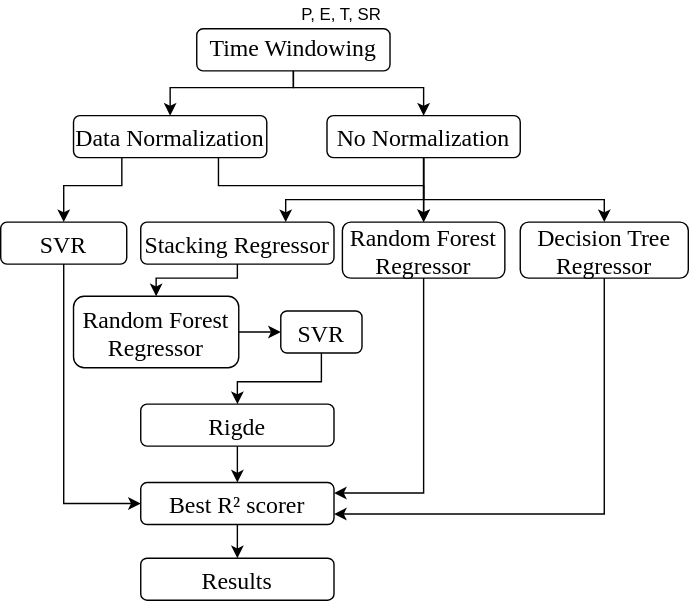
Above: paper/Diagrams/gridsearch.drawio.svg in brunotvs/po233_project (draw.io), before the change. Source tidied: cells renumbered, new cells last; positions are measured from the earlier drawing's top-left corner, leaving out a move shared by most shapes.
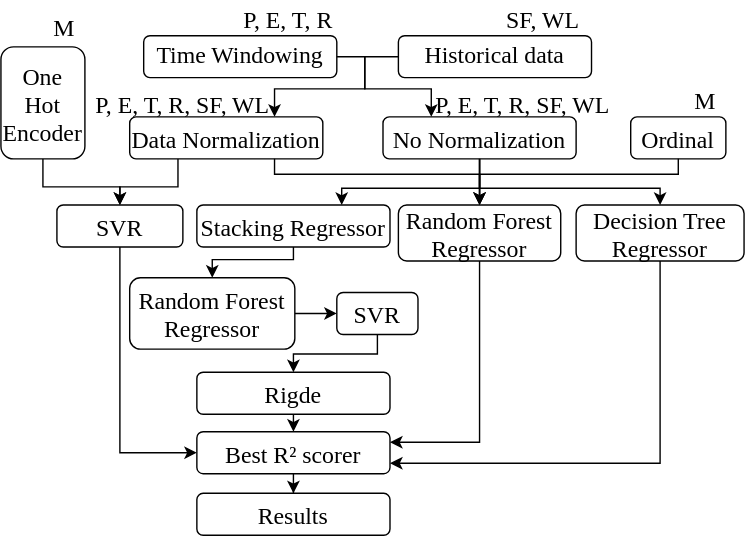
The same file after the commit.

Commit message:
Indicação das variáveis modificadas no diagrama

The edit, as a diff of the source:
```diff
@@ -2,16 +2,8 @@
   <root>
     <mxCell id="0" />
     <mxCell id="1" parent="0" />
-    <mxCell id="2" style="edgeStyle=orthogonalEdgeStyle;rounded=0;jettySize=auto;html=1;exitX=0.5;exitY=1;exitDx=0;exitDy=0;entryX=0.5;entryY=0;entryDx=0;entryDy=0;fontFamily=Times New Roman;fontSize=17;endArrow=classic;endFill=1;" parent="1" edge="1" source="3" target="6">
-      <mxGeometry relative="1" as="geometry">
-        <Array as="points">
-          <mxPoint x="217" y="62" />
-          <mxPoint x="129" y="62" />
-        </Array>
-      </mxGeometry>
-    </mxCell>
     <mxCell id="3" value="Time Windowing" style="rounded=1;whiteSpace=wrap;html=1;fontFamily=Times New Roman;fontSize=17;" parent="1" vertex="1">
-      <mxGeometry x="148" y="20" width="138" height="30" as="geometry" />
+      <mxGeometry x="70" y="24" width="138" height="30" as="geometry" />
     </mxCell>
     <mxCell id="4" style="edgeStyle=orthogonalEdgeStyle;rounded=0;jettySize=auto;html=1;exitX=0.25;exitY=1;exitDx=0;exitDy=0;entryX=0.5;entryY=0;entryDx=0;entryDy=0;fontFamily=Times New Roman;fontSize=17;" parent="1" edge="1" source="6" target="12">
       <mxGeometry relative="1" as="geometry">
@@ -21,11 +13,12 @@
         </Array>
       </mxGeometry>
     </mxCell>
-    <mxCell id="5" style="edgeStyle=orthogonalEdgeStyle;rounded=0;jettySize=auto;html=1;exitX=0.75;exitY=1;exitDx=0;exitDy=0;entryX=0.5;entryY=0;entryDx=0;entryDy=0;fontFamily=Times New Roman;fontSize=17;endArrow=classic;endFill=1;" parent="1" edge="1" source="6" target="16">
+    <mxCell id="5" style="edgeStyle=orthogonalEdgeStyle;rounded=0;jettySize=auto;html=1;exitX=0.75;exitY=1;exitDx=0;exitDy=0;entryX=0.5;entryY=0;entryDx=0;entryDy=0;fontFamily=Times New Roman;fontSize=17;endArrow=classic;endFill=1;" parent="1" edge="1" target="16">
       <mxGeometry relative="1" as="geometry">
+        <mxPoint x="163.5" y="103" as="sourcePoint" />
         <Array as="points">
-          <mxPoint x="164" y="132" />
-          <mxPoint x="310" y="132" />
+          <mxPoint x="164" y="123" />
+          <mxPoint x="310" y="123" />
         </Array>
       </mxGeometry>
     </mxCell>
@@ -35,19 +28,21 @@
     <mxCell id="7" style="edgeStyle=orthogonalEdgeStyle;rounded=0;jettySize=auto;html=1;exitX=0.5;exitY=1;exitDx=0;exitDy=0;fontFamily=Times New Roman;fontSize=17;endArrow=classic;endFill=1;" parent="1" edge="1" source="10" target="16">
       <mxGeometry relative="1" as="geometry" />
     </mxCell>
-    <mxCell id="8" style="edgeStyle=orthogonalEdgeStyle;rounded=0;jettySize=auto;html=1;exitX=0.5;exitY=1;exitDx=0;exitDy=0;fontFamily=Times New Roman;fontSize=17;endArrow=classic;endFill=1;" parent="1" edge="1" source="10" target="18">
+    <mxCell id="8" style="edgeStyle=orthogonalEdgeStyle;rounded=0;jettySize=auto;html=1;exitX=0.5;exitY=1;exitDx=0;exitDy=0;fontFamily=Times New Roman;fontSize=17;endArrow=classic;endFill=1;" parent="1" edge="1" target="18">
       <mxGeometry relative="1" as="geometry">
+        <mxPoint x="310" y="103" as="sourcePoint" />
         <Array as="points">
-          <mxPoint x="310" y="142" />
-          <mxPoint x="439" y="142" />
+          <mxPoint x="310" y="133" />
+          <mxPoint x="439" y="133" />
         </Array>
       </mxGeometry>
     </mxCell>
-    <mxCell id="9" style="edgeStyle=orthogonalEdgeStyle;rounded=0;jettySize=auto;html=1;exitX=0.5;exitY=1;exitDx=0;exitDy=0;entryX=0.75;entryY=0;entryDx=0;entryDy=0;fontFamily=Times New Roman;fontSize=17;endArrow=classic;endFill=1;" parent="1" edge="1" source="10" target="14">
+    <mxCell id="9" style="edgeStyle=orthogonalEdgeStyle;rounded=0;jettySize=auto;html=1;exitX=0.5;exitY=1;exitDx=0;exitDy=0;entryX=0.75;entryY=0;entryDx=0;entryDy=0;fontFamily=Times New Roman;fontSize=17;endArrow=classic;endFill=1;" parent="1" edge="1" target="14">
       <mxGeometry relative="1" as="geometry">
+        <mxPoint x="310" y="103" as="sourcePoint" />
         <Array as="points">
-          <mxPoint x="310" y="142" />
-          <mxPoint x="212" y="142" />
+          <mxPoint x="310" y="133" />
+          <mxPoint x="212" y="133" />
         </Array>
       </mxGeometry>
     </mxCell>
@@ -58,73 +53,126 @@
       <mxGeometry relative="1" as="geometry" />
     </mxCell>
     <mxCell id="12" value="SVR" style="rounded=1;fontFamily=Times New Roman;fontSize=17;" parent="1" vertex="1">
-      <mxGeometry x="8" y="158" width="90" height="30" as="geometry" />
+      <mxGeometry x="8" y="145" width="90" height="30" as="geometry" />
     </mxCell>
-    <mxCell id="13" style="edgeStyle=orthogonalEdgeStyle;rounded=0;jettySize=auto;html=1;exitX=0.5;exitY=1;exitDx=0;exitDy=0;entryX=0.5;entryY=0;entryDx=0;entryDy=0;fontFamily=Times New Roman;fontSize=17;endArrow=classic;endFill=1;" parent="1" edge="1" source="14" target="20">
+    <mxCell id="13" style="edgeStyle=orthogonalEdgeStyle;rounded=0;jettySize=auto;html=1;exitX=0.5;exitY=1;exitDx=0;exitDy=0;entryX=0.5;entryY=0;entryDx=0;entryDy=0;fontFamily=Times New Roman;fontSize=17;endArrow=classic;endFill=1;" parent="1" edge="1" target="20">
       <mxGeometry relative="1" as="geometry">
+        <mxPoint x="177" y="161" as="sourcePoint" />
         <Array as="points">
-          <mxPoint x="177" y="198" />
-          <mxPoint x="119" y="198" />
+          <mxPoint x="177" y="184" />
+          <mxPoint x="119" y="184" />
         </Array>
       </mxGeometry>
     </mxCell>
     <mxCell id="14" value="Stacking Regressor" style="rounded=1;fontFamily=Times New Roman;fontSize=17;" parent="1" vertex="1">
-      <mxGeometry x="108" y="158" width="138" height="30" as="geometry" />
+      <mxGeometry x="108" y="145" width="138" height="30" as="geometry" />
     </mxCell>
     <mxCell id="15" style="edgeStyle=orthogonalEdgeStyle;rounded=0;jettySize=auto;html=1;exitX=0.5;exitY=1;exitDx=0;exitDy=0;entryX=1;entryY=0.25;entryDx=0;entryDy=0;endArrow=classic;endFill=1;fontFamily=Times New Roman;fontSize=17;" parent="1" edge="1" source="16" target="26">
       <mxGeometry relative="1" as="geometry" />
     </mxCell>
     <mxCell id="16" value="Random Forest &#10;Regressor" style="rounded=1;fontFamily=Times New Roman;fontSize=17;" parent="1" vertex="1">
-      <mxGeometry x="252" y="158" width="116" height="40" as="geometry" />
+      <mxGeometry x="252" y="145" width="116" height="40" as="geometry" />
     </mxCell>
     <mxCell id="17" style="edgeStyle=orthogonalEdgeStyle;rounded=0;jettySize=auto;html=1;exitX=0.5;exitY=1;exitDx=0;exitDy=0;entryX=1;entryY=0.75;entryDx=0;entryDy=0;endArrow=classic;endFill=1;fontFamily=Times New Roman;fontSize=17;" parent="1" edge="1" source="18" target="26">
       <mxGeometry relative="1" as="geometry" />
     </mxCell>
     <mxCell id="18" value="Decision Tree&#10;Regressor" style="rounded=1;fontFamily=Times New Roman;fontSize=17;" parent="1" vertex="1">
-      <mxGeometry x="379" y="158" width="120" height="40" as="geometry" />
+      <mxGeometry x="379" y="145" width="120" height="40" as="geometry" />
     </mxCell>
     <mxCell id="19" style="edgeStyle=orthogonalEdgeStyle;rounded=0;jettySize=auto;html=1;exitX=1;exitY=0.5;exitDx=0;exitDy=0;entryX=0;entryY=0.5;entryDx=0;entryDy=0;fontFamily=Times New Roman;fontSize=17;endArrow=classic;endFill=1;" parent="1" edge="1" source="20" target="22">
       <mxGeometry relative="1" as="geometry" />
     </mxCell>
     <mxCell id="20" value="Random Forest&#10;Regressor" style="rounded=1;fontFamily=Times New Roman;fontSize=17;" parent="1" vertex="1">
-      <mxGeometry x="60" y="211" width="118" height="51" as="geometry" />
+      <mxGeometry x="60" y="197" width="118" height="51" as="geometry" />
     </mxCell>
-    <mxCell id="21" style="edgeStyle=orthogonalEdgeStyle;rounded=0;jettySize=auto;html=1;exitX=0.5;exitY=1;exitDx=0;exitDy=0;fontFamily=Times New Roman;fontSize=17;endArrow=classic;endFill=1;" parent="1" edge="1" source="22" target="24">
+    <mxCell id="21" style="edgeStyle=orthogonalEdgeStyle;rounded=0;jettySize=auto;html=1;exitX=0.5;exitY=1;exitDx=0;exitDy=0;fontFamily=Times New Roman;fontSize=17;endArrow=classic;endFill=1;" parent="1" edge="1" target="24">
       <mxGeometry relative="1" as="geometry">
+        <mxPoint x="237" y="217" as="sourcePoint" />
         <Array as="points">
-          <mxPoint x="237" y="272" />
-          <mxPoint x="177" y="272" />
+          <mxPoint x="237" y="251.5" />
+          <mxPoint x="177" y="251.5" />
         </Array>
       </mxGeometry>
     </mxCell>
     <mxCell id="22" value="SVR" style="rounded=1;fontFamily=Times New Roman;fontSize=17;" parent="1" vertex="1">
-      <mxGeometry x="208" y="221.5" width="58" height="30" as="geometry" />
+      <mxGeometry x="208" y="207.5" width="58" height="30" as="geometry" />
     </mxCell>
     <mxCell id="23" style="edgeStyle=orthogonalEdgeStyle;rounded=0;jettySize=auto;html=1;exitX=0.5;exitY=1;exitDx=0;exitDy=0;entryX=0.5;entryY=0;entryDx=0;entryDy=0;endArrow=classic;endFill=1;fontFamily=Times New Roman;fontSize=17;" parent="1" edge="1" source="24" target="26">
       <mxGeometry relative="1" as="geometry" />
     </mxCell>
     <mxCell id="24" value="Rigde" style="rounded=1;fontFamily=Times New Roman;fontSize=17;" parent="1" vertex="1">
-      <mxGeometry x="108" y="288" width="138" height="30" as="geometry" />
+      <mxGeometry x="108" y="264.5" width="138" height="30" as="geometry" />
     </mxCell>
     <mxCell id="25" style="edgeStyle=orthogonalEdgeStyle;rounded=0;jettySize=auto;html=1;exitX=0.5;exitY=1;exitDx=0;exitDy=0;fontFamily=Times New Roman;fontSize=17;endArrow=classic;endFill=1;" parent="1" edge="1" source="26" target="27">
       <mxGeometry relative="1" as="geometry" />
     </mxCell>
     <mxCell id="26" value="Best R² scorer" style="rounded=1;fontFamily=Times New Roman;fontSize=17;" parent="1" vertex="1">
-      <mxGeometry x="108" y="344" width="138" height="30" as="geometry" />
+      <mxGeometry x="108" y="307" width="138" height="30" as="geometry" />
     </mxCell>
     <mxCell id="27" value="Results" style="rounded=1;fontFamily=Times New Roman;fontSize=17;" parent="1" vertex="1">
-      <mxGeometry x="108" y="398" width="138" height="30" as="geometry" />
+      <mxGeometry x="108" y="351" width="138" height="30" as="geometry" />
     </mxCell>
-    <mxCell id="28" style="edgeStyle=orthogonalEdgeStyle;rounded=0;jettySize=auto;html=1;exitX=0.5;exitY=1;exitDx=0;exitDy=0;entryX=0.5;entryY=0;entryDx=0;entryDy=0;fontFamily=Times New Roman;fontSize=17;endArrow=classic;endFill=1;" parent="1" edge="1" source="3" target="10">
+    <mxCell id="28" style="edgeStyle=orthogonalEdgeStyle;rounded=0;jettySize=auto;html=1;exitX=1;exitY=0.5;exitDx=0;exitDy=0;entryX=0.25;entryY=0;entryDx=0;entryDy=0;fontFamily=Times New Roman;fontSize=17;endArrow=classic;endFill=1;" parent="1" edge="1" source="3" target="10">
       <mxGeometry relative="1" as="geometry">
         <Array as="points">
-          <mxPoint x="217" y="62" />
-          <mxPoint x="310" y="62" />
+          <mxPoint x="228" y="39" />
+          <mxPoint x="228" y="62" />
+          <mxPoint x="276" y="62" />
         </Array>
       </mxGeometry>
     </mxCell>
-    <mxCell id="29" value="P, E, T, SR" style="text;html=1;align=center;verticalAlign=middle;strokeColor=none;" parent="1" vertex="1">
-      <mxGeometry x="216" width="70" height="20" as="geometry" />
+    <mxCell id="29" value="P, E, T, R" style="text;html=1;align=center;verticalAlign=middle;strokeColor=none;fontFamily=Times New Roman;fontSize=17;" parent="1" vertex="1">
+      <mxGeometry x="133" y="-1" width="80" height="30" as="geometry" />
     </mxCell>
+    <mxCell id="30" value="P, E, T, R, SF, WL" style="text;align=center;verticalAlign=middle;strokeColor=none;fontFamily=Times New Roman;fontSize=17;" parent="1" vertex="1">
+      <mxGeometry x="28" y="57" width="140" height="30" as="geometry" />
+    </mxCell>
+    <mxCell id="31" value="P, E, T, R, SF, WL" style="text;align=center;verticalAlign=middle;strokeColor=none;fontFamily=Times New Roman;fontSize=17;" parent="1" vertex="1">
+      <mxGeometry x="271" y="57" width="140" height="30" as="geometry" />
+    </mxCell>
+    <mxCell id="32" style="edgeStyle=orthogonalEdgeStyle;rounded=0;jettySize=auto;html=1;exitX=0.5;exitY=1;exitDx=0;exitDy=0;entryX=0.5;entryY=0;entryDx=0;entryDy=0;" parent="1" edge="1" source="33" target="12">
+      <mxGeometry relative="1" as="geometry">
+        <Array as="points">
+          <mxPoint x="-2" y="132" />
+          <mxPoint x="53" y="132" />
+        </Array>
+      </mxGeometry>
+    </mxCell>
+    <mxCell id="33" value="One&#10;Hot&#10;Encoder" style="rounded=1;fontFamily=Times New Roman;fontSize=17;" parent="1" vertex="1">
+      <mxGeometry x="-32" y="32" width="60" height="80" as="geometry" />
+    </mxCell>
+    <mxCell id="34" value="M" style="text;html=1;align=center;verticalAlign=middle;strokeColor=none;fontFamily=Times New Roman;fontSize=17;" parent="1" vertex="1">
+      <mxGeometry x="-2" y="5" width="30" height="30" as="geometry" />
+    </mxCell>
+    <mxCell id="35" style="edgeStyle=orthogonalEdgeStyle;rounded=0;jettySize=auto;html=1;exitX=0.5;exitY=1;exitDx=0;exitDy=0;entryX=0.5;entryY=0;entryDx=0;entryDy=0;" parent="1" edge="1" target="16">
+      <mxGeometry relative="1" as="geometry">
+        <mxPoint x="452" y="103" as="sourcePoint" />
+        <Array as="points">
+          <mxPoint x="452" y="123" />
+          <mxPoint x="310" y="123" />
+        </Array>
+      </mxGeometry>
+    </mxCell>
+    <mxCell id="36" value="Ordinal" style="rounded=1;fontFamily=Times New Roman;fontSize=17;" parent="1" vertex="1">
+      <mxGeometry x="418" y="82" width="68" height="30" as="geometry" />
+    </mxCell>
+    <mxCell id="37" value="M" style="text;html=1;align=center;verticalAlign=middle;strokeColor=none;fontFamily=Times New Roman;fontSize=17;" parent="1" vertex="1">
+      <mxGeometry x="456" y="57" width="30" height="30" as="geometry" />
+    </mxCell>
+    <mxCell id="38" style="edgeStyle=orthogonalEdgeStyle;rounded=0;jettySize=auto;html=1;exitX=0;exitY=0.5;exitDx=0;exitDy=0;entryX=0.75;entryY=0;entryDx=0;entryDy=0;" parent="1" edge="1" source="39" target="6">
+      <mxGeometry relative="1" as="geometry">
+        <Array as="points">
+          <mxPoint x="228" y="39" />
+          <mxPoint x="228" y="62" />
+          <mxPoint x="164" y="62" />
+        </Array>
+      </mxGeometry>
+    </mxCell>
+    <mxCell id="39" value="Historical data" style="rounded=1;whiteSpace=wrap;html=1;fontFamily=Times New Roman;fontSize=17;" parent="1" vertex="1">
+      <mxGeometry x="252" y="24" width="138" height="30" as="geometry" />
+    </mxCell>
+    <mxCell id="40" value="SF, WL" style="text;html=1;align=center;verticalAlign=middle;strokeColor=none;fontFamily=Times New Roman;fontSize=17;" parent="1" vertex="1">
+      <mxGeometry x="320" y="-1" width="70" height="30" as="geometry" />
+    </mxCell>
   </root>
 </mxGraphModel>
```
